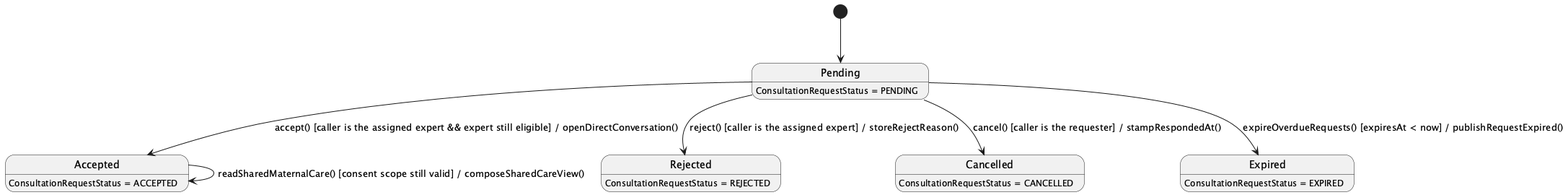
The PlantUML diagram 03_Design/Detailed_Design/MF05_Verified_Expert_Network/images/03_Consultation_Request_and_Shared_Care_Lifecycle_StateChartDiagram.png in ChuongBDHE172784/CareBridge_SEP490_G79, before a commit. The source it was exported from:
```plantuml
@startuml
hide empty description
[*] --> Pending

Pending --> Accepted : accept() [caller is the assigned expert && expert still eligible] / openDirectConversation()
Pending --> Rejected : reject() [caller is the assigned expert] / storeRejectReason()
Pending --> Cancelled : cancel() [caller is the requester] / stampRespondedAt()
Pending --> Expired : expireOverdueRequests() [expiresAt < now] / publishRequestExpired()

Accepted --> Accepted : readSharedMaternalCare() [consent scope still valid] / composeSharedCareView()

Pending : ConsultationRequestStatus = PENDING
Accepted : ConsultationRequestStatus = ACCEPTED
Rejected : ConsultationRequestStatus = REJECTED
Cancelled : ConsultationRequestStatus = CANCELLED
Expired : ConsultationRequestStatus = EXPIRED
@enduml
```
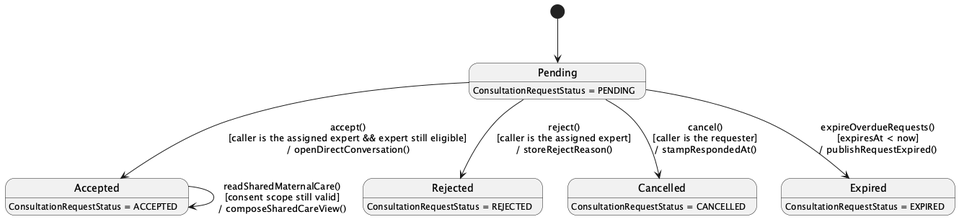
The same file after the commit.

What changed in the source:
```diff
@@ -1,13 +1,13 @@
-@startuml
+@startuml StateChartDiagram_03ConsultationRequestandSharedCareLifecycle
 hide empty description
 [*] --> Pending
 
-Pending --> Accepted : accept() [caller is the assigned expert && expert still eligible] / openDirectConversation()
-Pending --> Rejected : reject() [caller is the assigned expert] / storeRejectReason()
-Pending --> Cancelled : cancel() [caller is the requester] / stampRespondedAt()
-Pending --> Expired : expireOverdueRequests() [expiresAt < now] / publishRequestExpired()
+Pending --> Accepted : accept()\n[caller is the assigned expert && expert still eligible]\n/ openDirectConversation()
+Pending --> Rejected : reject()\n[caller is the assigned expert]\n/ storeRejectReason()
+Pending --> Cancelled : cancel()\n[caller is the requester]\n/ stampRespondedAt()
+Pending --> Expired : expireOverdueRequests()\n[expiresAt < now]\n/ publishRequestExpired()
 
-Accepted --> Accepted : readSharedMaternalCare() [consent scope still valid] / composeSharedCareView()
+Accepted --> Accepted : readSharedMaternalCare()\n[consent scope still valid]\n/ composeSharedCareView()
 
 Pending : ConsultationRequestStatus = PENDING
 Accepted : ConsultationRequestStatus = ACCEPTED
```
